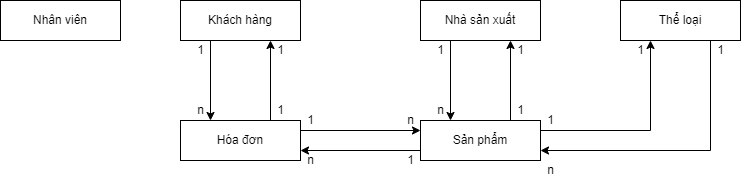
The draw.io diagram Untitled Diagram.drawio.png in lokissdo/H-N-shoes, before a commit. Source tidied: cells renumbered, new cells last; positions are measured from the earlier drawing's top-left corner, leaving out a move shared by most shapes.
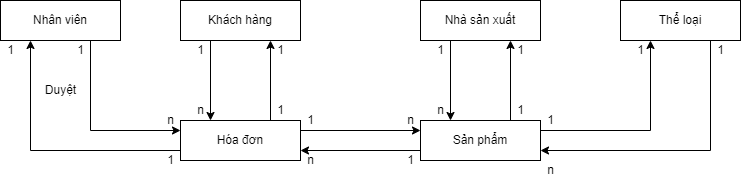
After the commit.

The edit, as a diff of the source:
```diff
@@ -100,5 +100,34 @@
     <mxCell id="31" value="n" style="text;html=1;align=center;verticalAlign=middle;strokeColor=none;fillColor=none;" parent="1" vertex="1">
       <mxGeometry x="540" y="160" width="20" height="20" as="geometry" />
     </mxCell>
+    <mxCell id="32" style="endArrow=classic;html=1;rounded=0;entryX=0;entryY=0.25;entryDx=0;entryDy=0;exitX=0.75;exitY=1;exitDx=0;exitDy=0;" parent="1" edge="1" source="2" target="6">
+      <mxGeometry relative="1" as="geometry">
+        <Array as="points">
+          <mxPoint x="90" y="130" />
+        </Array>
+      </mxGeometry>
+    </mxCell>
+    <mxCell id="33" style="endArrow=classic;html=1;rounded=0;entryX=0.25;entryY=1;entryDx=0;entryDy=0;exitX=0;exitY=0.75;exitDx=0;exitDy=0;" parent="1" edge="1" source="6" target="2">
+      <mxGeometry relative="1" as="geometry">
+        <Array as="points">
+          <mxPoint x="30" y="150" />
+        </Array>
+      </mxGeometry>
+    </mxCell>
+    <mxCell id="34" value="1" style="text;html=1;align=center;verticalAlign=middle;strokeColor=none;fillColor=none;" parent="1" vertex="1">
+      <mxGeometry x="70" y="40" width="20" height="20" as="geometry" />
+    </mxCell>
+    <mxCell id="35" value="n" style="text;html=1;align=center;verticalAlign=middle;strokeColor=none;fillColor=none;" parent="1" vertex="1">
+      <mxGeometry x="160" y="110" width="20" height="20" as="geometry" />
+    </mxCell>
+    <mxCell id="36" value="1" style="text;html=1;align=center;verticalAlign=middle;strokeColor=none;fillColor=none;" parent="1" vertex="1">
+      <mxGeometry y="40" width="20" height="20" as="geometry" />
+    </mxCell>
+    <mxCell id="37" value="1" style="text;html=1;align=center;verticalAlign=middle;strokeColor=none;fillColor=none;" parent="1" vertex="1">
+      <mxGeometry x="160" y="150" width="20" height="20" as="geometry" />
+    </mxCell>
+    <mxCell id="38" value="Duyệt" style="text;html=1;align=center;verticalAlign=middle;strokeColor=none;fillColor=none;" parent="1" vertex="1">
+      <mxGeometry x="35" y="80" width="50" height="20" as="geometry" />
+    </mxCell>
   </root>
 </mxGraphModel>
```
